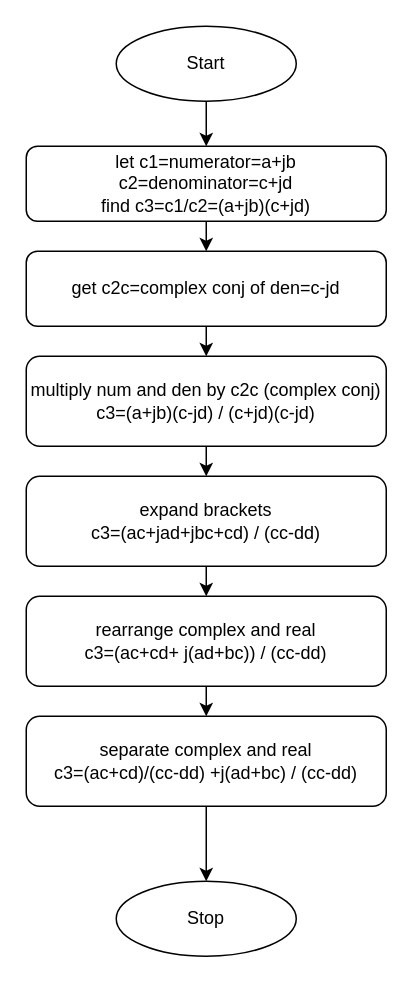
The draw.io diagram schema/complexdiv.drawio in deeperj/rust, before the edit. Source tidied: cells renumbered, new cells numbered last; positions are measured from the earlier drawing's top-left corner, leaving out a move shared by most shapes. Both pictures are drawn from the tidied source at 150%, with x=0, y=0 at pixel (26, 26).
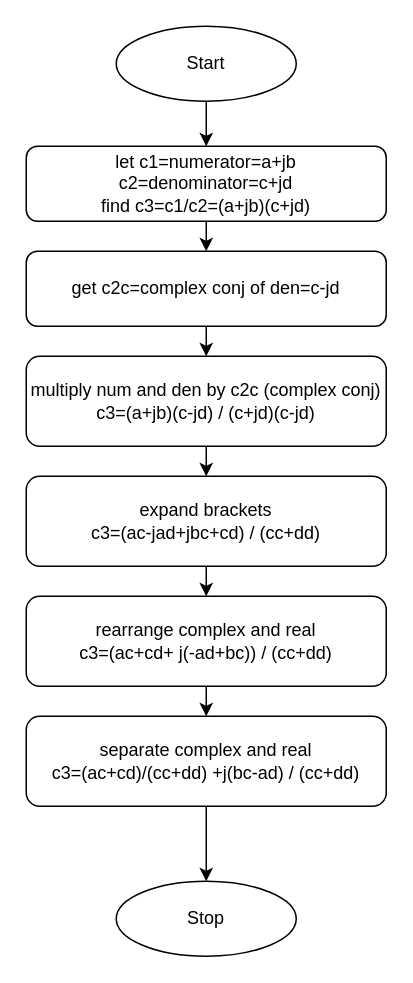
The same page after the edit.

Diff of the diagram source:
```diff
@@
 <mxGraphModel>
   <root>
     <mxCell id="0" />
     <mxCell id="1" parent="0" />
     <mxCell id="2" style="edgeStyle=orthogonalEdgeStyle;rounded=0;jettySize=auto;html=1;exitX=0.5;exitY=1;exitDx=0;exitDy=0;entryX=0.5;entryY=0;entryDx=0;entryDy=0;" parent="1" edge="1" source="3" target="7">
       <mxGeometry relative="1" as="geometry" />
     </mxCell>
     <mxCell id="3" value="let c1=numerator=a+jb&lt;br&gt;c2=denominator=c+jd&lt;br&gt;find c3=c1/c2=(a+jb)(c+jd)" style="rounded=1;whiteSpace=wrap;html=1;" parent="1" vertex="1">
       <mxGeometry y="80" width="240" height="50" as="geometry" />
     </mxCell>
     <mxCell id="4" style="edgeStyle=orthogonalEdgeStyle;rounded=0;jettySize=auto;html=1;exitX=0.5;exitY=1;exitDx=0;exitDy=0;entryX=0.5;entryY=0;entryDx=0;entryDy=0;" parent="1" edge="1" source="5" target="3">
       <mxGeometry relative="1" as="geometry" />
     </mxCell>
     <mxCell id="5" value="Start" style="ellipse;whiteSpace=wrap;html=1;" parent="1" vertex="1">
       <mxGeometry x="60" width="120" height="50" as="geometry" />
     </mxCell>
     <mxCell id="6" style="edgeStyle=orthogonalEdgeStyle;rounded=0;jettySize=auto;html=1;exitX=0.5;exitY=1;exitDx=0;exitDy=0;entryX=0.5;entryY=0;entryDx=0;entryDy=0;" parent="1" edge="1" source="7" target="9">
       <mxGeometry relative="1" as="geometry" />
     </mxCell>
     <mxCell id="7" value="get c2c=complex conj of den=c-jd" style="rounded=1;whiteSpace=wrap;html=1;" parent="1" vertex="1">
       <mxGeometry y="150" width="240" height="50" as="geometry" />
     </mxCell>
     <mxCell id="8" style="edgeStyle=orthogonalEdgeStyle;rounded=0;jettySize=auto;html=1;exitX=0.5;exitY=1;exitDx=0;exitDy=0;entryX=0.5;entryY=0;entryDx=0;entryDy=0;" parent="1" edge="1" source="9" target="11">
       <mxGeometry relative="1" as="geometry" />
     </mxCell>
     <mxCell id="9" value="multiply num and den by c2c (complex conj)&lt;br&gt;c3=(a+jb)(c-jd) / (c+jd)(c-jd)&lt;br&gt;" style="rounded=1;whiteSpace=wrap;html=1;" parent="1" vertex="1">
       <mxGeometry y="220" width="240" height="60" as="geometry" />
     </mxCell>
     <mxCell id="10" style="edgeStyle=orthogonalEdgeStyle;rounded=0;jettySize=auto;html=1;exitX=0.5;exitY=1;exitDx=0;exitDy=0;entryX=0.5;entryY=0;entryDx=0;entryDy=0;" parent="1" edge="1" source="11" target="13">
       <mxGeometry relative="1" as="geometry" />
     </mxCell>
-    <mxCell id="11" value="expand brackets&lt;br&gt;c3=(ac+jad+jbc+cd) / (cc-dd)" style="rounded=1;whiteSpace=wrap;html=1;" parent="1" vertex="1">
+    <mxCell id="11" value="expand brackets&lt;br&gt;c3=(ac-jad+jbc+cd) / (cc+dd)" style="rounded=1;whiteSpace=wrap;html=1;" parent="1" vertex="1">
       <mxGeometry y="300" width="240" height="60" as="geometry" />
     </mxCell>
     <mxCell id="12" style="edgeStyle=orthogonalEdgeStyle;rounded=0;jettySize=auto;html=1;exitX=0.5;exitY=1;exitDx=0;exitDy=0;entryX=0.5;entryY=0;entryDx=0;entryDy=0;" parent="1" edge="1" source="13" target="15">
       <mxGeometry relative="1" as="geometry" />
     </mxCell>
-    <mxCell id="13" value="rearrange complex and real&lt;br&gt;c3=(ac+cd+ j(ad+bc)) / (cc-dd)" style="rounded=1;whiteSpace=wrap;html=1;" parent="1" vertex="1">
+    <mxCell id="13" value="rearrange complex and real&lt;br&gt;c3=(ac+cd+ j(-ad+bc)) / (cc+dd)" style="rounded=1;whiteSpace=wrap;html=1;" parent="1" vertex="1">
       <mxGeometry y="380" width="240" height="60" as="geometry" />
     </mxCell>
     <mxCell id="14" style="edgeStyle=orthogonalEdgeStyle;rounded=0;jettySize=auto;html=1;exitX=0.5;exitY=1;exitDx=0;exitDy=0;entryX=0.5;entryY=0;entryDx=0;entryDy=0;" parent="1" edge="1" source="15" target="16">
       <mxGeometry relative="1" as="geometry" />
     </mxCell>
-    <mxCell id="15" value="separate complex and real&lt;br&gt;c3=(ac+cd)/(cc-dd) +j(ad+bc) / (cc-dd)" style="rounded=1;whiteSpace=wrap;html=1;" parent="1" vertex="1">
+    <mxCell id="15" value="separate complex and real&lt;br&gt;c3=(ac+cd)/(cc+dd) +j(bc-ad) / (cc+dd)" style="rounded=1;whiteSpace=wrap;html=1;" parent="1" vertex="1">
       <mxGeometry y="460" width="240" height="60" as="geometry" />
     </mxCell>
     <mxCell id="16" value="Stop" style="ellipse;whiteSpace=wrap;html=1;" parent="1" vertex="1">
       <mxGeometry x="60" y="570" width="120" height="50" as="geometry" />
     </mxCell>
   </root>
 </mxGraphModel>
```
